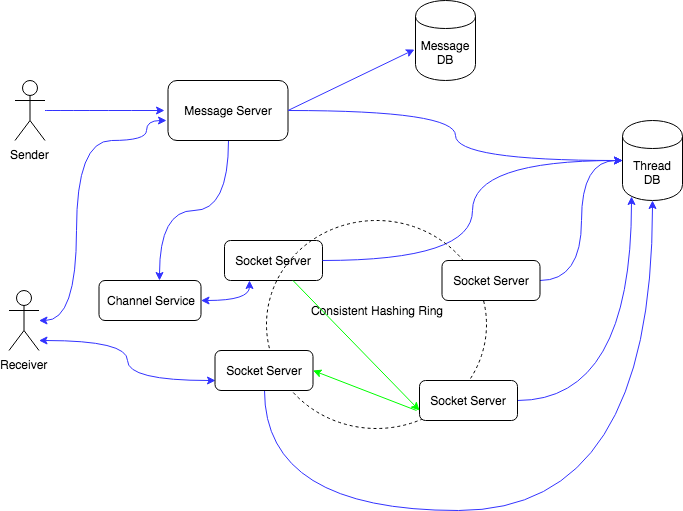
This is design/pic/WhatsApp.Detailed.png from drinkbeer/CodingQuestion, a draw.io export, as it was before one commit. Source tidied: cells renumbered, new cells last; positions are measured from the earlier drawing's top-left corner, leaving out a move shared by most shapes.
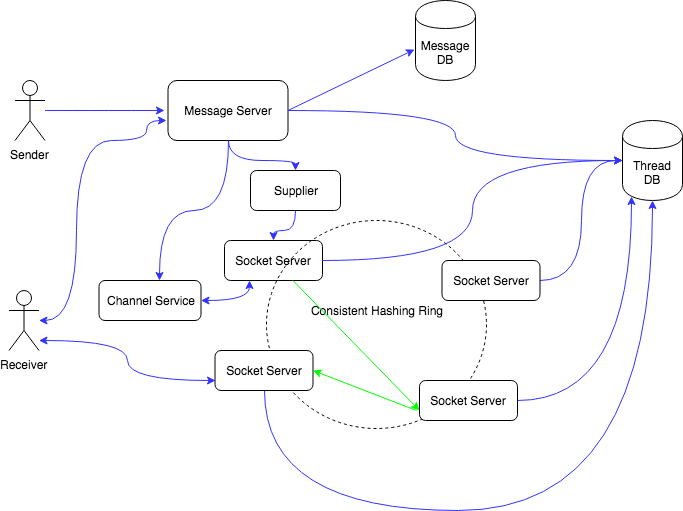
The same diagram one commit later.

The edit, as a diff of the source:
```diff
@@ -99,5 +99,14 @@
         <mxPoint x="408" y="410" as="sourcePoint" />
       </mxGeometry>
     </mxCell>
+    <mxCell id="27" style="edgeStyle=orthogonalEdgeStyle;curved=1;rounded=0;jettySize=auto;html=1;startArrow=none;startFill=0;strokeColor=#3333FF;entryX=0.5;entryY=0;entryDx=0;entryDy=0;" parent="1" edge="1" source="28" target="9">
+      <mxGeometry relative="1" as="geometry" />
+    </mxCell>
+    <mxCell id="28" value="Supplier" style="rounded=1;whiteSpace=wrap;html=1;strokeColor=#000000;fillColor=#ffffff;" parent="1" vertex="1">
+      <mxGeometry x="242" y="170" width="90" height="40" as="geometry" />
+    </mxCell>
+    <mxCell id="29" style="edgeStyle=orthogonalEdgeStyle;curved=1;rounded=0;jettySize=auto;html=1;startArrow=none;startFill=0;strokeColor=#3333FF;entryX=0.5;entryY=0;entryDx=0;entryDy=0;exitX=0.5;exitY=1;exitDx=0;exitDy=0;" parent="1" edge="1" source="8" target="28">
+      <mxGeometry relative="1" as="geometry" />
+    </mxCell>
   </root>
 </mxGraphModel>
```
